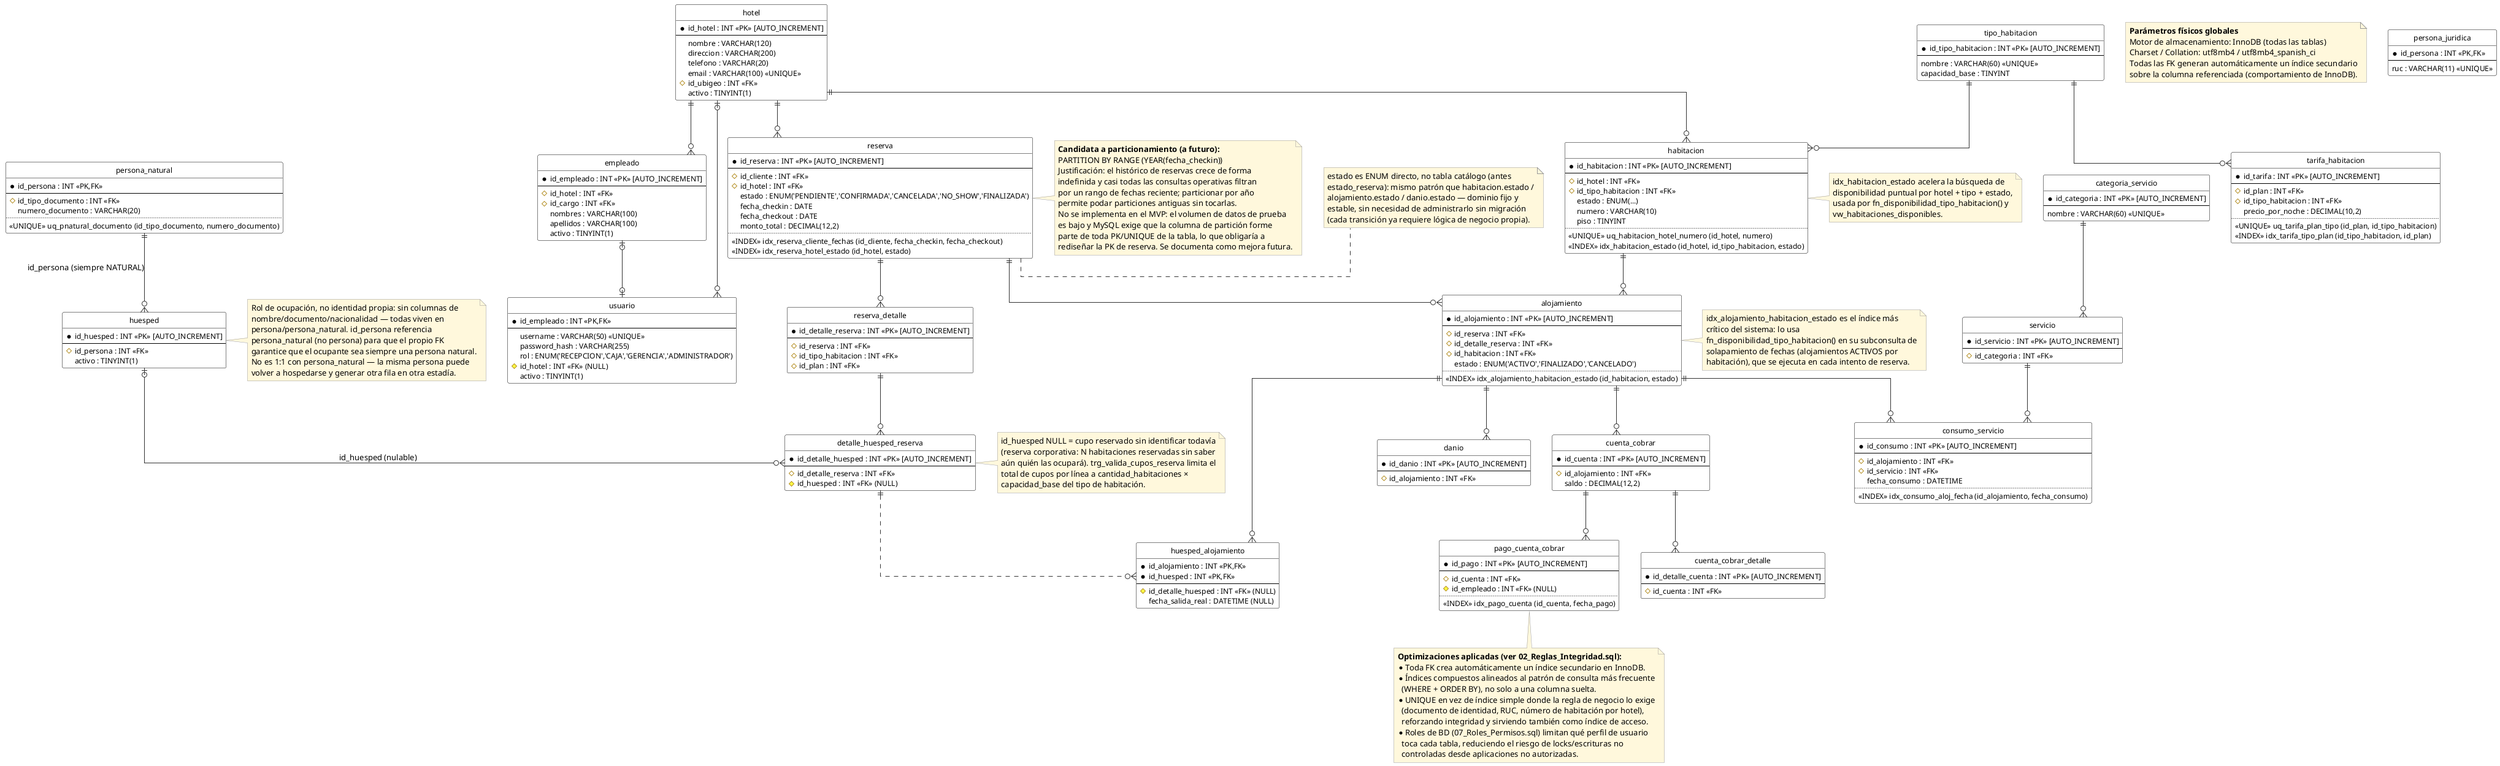
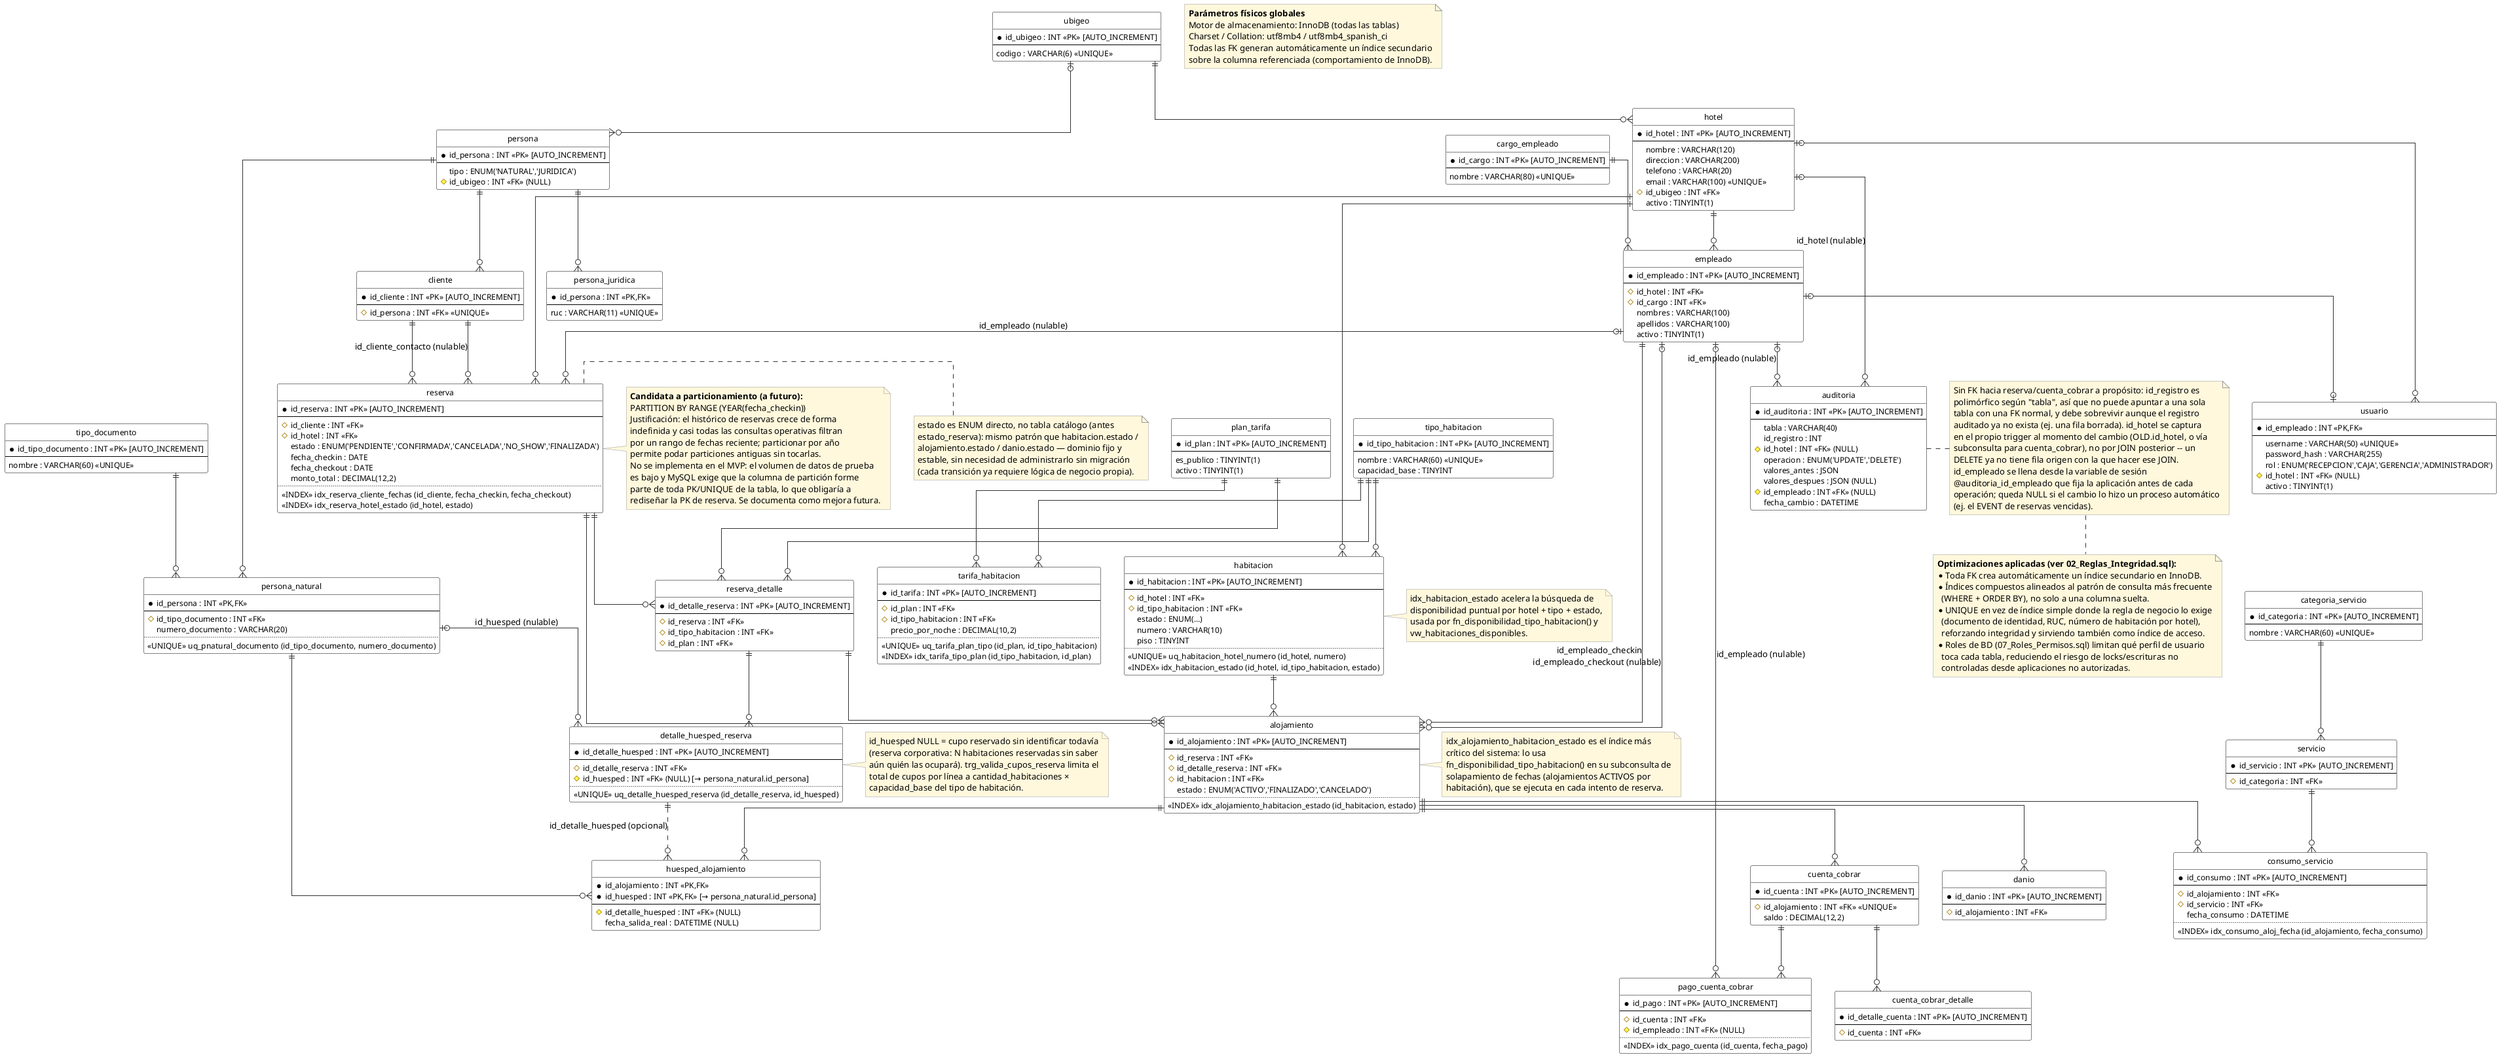
@startuml 03_Modelo_Fisico

' =============================================================
'  MODELO FÍSICO
'  Motor: MySQL 8.0+ / MariaDB 10.11+ (InnoDB)
'  Mismo esquema que 02_Modelo_Logico, pero con anotaciones de
'  implementación física: motor de almacenamiento, charset,
'  índices adicionales (más allá de PK/FK) y estrategia de
'  particionamiento. Corresponde a 01_Creacion_Tablas.sql +
'  02_Reglas_Integridad.sql ya ejecutados en el SGBD.
+ '  Las tablas sin particularidad física (solo PK/FK, sin índice
+ '  extra ni nota) se muestran con sus columnas simples nada más;
+ '  el detalle completo de atributos está en 02_Modelo_Logico.
' =============================================================

hide circle
skinparam linetype ortho
skinparam class {
    BackgroundColor White
    BorderColor Black
    ArrowColor #333333
    AttributeFontSize 12
}
skinparam note {
    BackgroundColor #FFF8DC
    BorderColor #999999
}

' ---------- Parámetros físicos globales ----------
note as N_GLOBAL
  <b>Parámetros físicos globales</b>
  Motor de almacenamiento: InnoDB (todas las tablas)
  Charset / Collation: utf8mb4 / utf8mb4_spanish_ci
  Todas las FK generan automáticamente un índice secundario
  sobre la columna referenciada (comportamiento de InnoDB).
end note

+ entity "ubigeo" as ubigeo {
+   * id_ubigeo : INT <<PK>> [AUTO_INCREMENT]
+   --
+   codigo : VARCHAR(6) <<UNIQUE>>
+ }
+ 
entity "hotel" as hotel {
  * id_hotel : INT <<PK>> [AUTO_INCREMENT]
  --
  nombre : VARCHAR(120)
  direccion : VARCHAR(200)
  telefono : VARCHAR(20)
  email : VARCHAR(100) <<UNIQUE>>
  # id_ubigeo : INT <<FK>>
  activo : TINYINT(1)
}

+ entity "cargo_empleado" as cargo_empleado {
+   * id_cargo : INT <<PK>> [AUTO_INCREMENT]
+   --
+   nombre : VARCHAR(80) <<UNIQUE>>
+ }
+ 
entity "empleado" as empleado {
  * id_empleado : INT <<PK>> [AUTO_INCREMENT]
  --
  # id_hotel : INT <<FK>>
  # id_cargo : INT <<FK>>
  nombres : VARCHAR(100)
  apellidos : VARCHAR(100)
  activo : TINYINT(1)
}

entity "usuario" as usuario {
  * id_empleado : INT <<PK,FK>>
  --
  username : VARCHAR(50) <<UNIQUE>>
  password_hash : VARCHAR(255)
  rol : ENUM('RECEPCION','CAJA','GERENCIA','ADMINISTRADOR')
  # id_hotel : INT <<FK>> (NULL)
  activo : TINYINT(1)
}

+ entity "tipo_documento" as tipo_documento {
+   * id_tipo_documento : INT <<PK>> [AUTO_INCREMENT]
+   --
+   nombre : VARCHAR(60) <<UNIQUE>>
+ }
+ 
+ entity "persona" as persona {
+   * id_persona : INT <<PK>> [AUTO_INCREMENT]
+   --
+   tipo : ENUM('NATURAL','JURIDICA')
+   # id_ubigeo : INT <<FK>> (NULL)
+ }
+ 
entity "persona_natural" as persona_natural {
  * id_persona : INT <<PK,FK>>
  --
  # id_tipo_documento : INT <<FK>>
  numero_documento : VARCHAR(20)
  ..
  <<UNIQUE>> uq_pnatural_documento (id_tipo_documento, numero_documento)
}

entity "persona_juridica" as persona_juridica {
  * id_persona : INT <<PK,FK>>
  --
  ruc : VARCHAR(11) <<UNIQUE>>
}

- entity "huesped" as huesped {
-   * id_huesped : INT <<PK>> [AUTO_INCREMENT]
-   --
-   # id_persona : INT <<FK>>
-   activo : TINYINT(1)
- }
- note right of huesped
-   Rol de ocupación, no identidad propia: sin columnas de
-   nombre/documento/nacionalidad — todas viven en
-   persona/persona_natural. id_persona referencia
-   persona_natural (no persona) para que el propio FK
-   garantice que el ocupante sea siempre una persona natural.
-   No es 1:1 con persona_natural — la misma persona puede
-   volver a hospedarse y generar otra fila en otra estadía.
- end note
+ entity "cliente" as cliente {
+   * id_cliente : INT <<PK>> [AUTO_INCREMENT]
+   --
+   # id_persona : INT <<FK>> <<UNIQUE>>
+ }
+ 
+ ' "huesped" no existe como tabla propia: es un rol que cualquier
+ ' persona_natural puede cumplir, no una identidad aparte.
+ ' detalle_huesped_reserva.id_huesped y huesped_alojamiento.id_huesped
+ ' son FK directas a persona_natural.id_persona (mismo nombre de
+ ' columna, sin tabla intermedia). Antes existía huesped(id_huesped,
+ ' id_persona, activo) puramente de redirección: permitía que la misma
+ ' persona tuviera varias filas de "huésped" simultáneas, lo que rompía
+ ' en la práctica la regla de "no en dos alojamientos activos a la vez"
+ ' (esa regla compara por id de huésped, y con dos filas para la misma
+ ' persona el chequeo no detectaba el choque). Se eliminó para cerrar
+ ' ese hueco. Ver comentario completo en 01_Creacion_Tablas.sql.

entity "tipo_habitacion" as tipo_habitacion {
  * id_tipo_habitacion : INT <<PK>> [AUTO_INCREMENT]
  --
  nombre : VARCHAR(60) <<UNIQUE>>
  capacidad_base : TINYINT
}

entity "habitacion" as habitacion {
  * id_habitacion : INT <<PK>> [AUTO_INCREMENT]
  --
  # id_hotel : INT <<FK>>
  # id_tipo_habitacion : INT <<FK>>
  estado : ENUM(...)
  numero : VARCHAR(10)
  piso : TINYINT
  ..
  <<UNIQUE>> uq_habitacion_hotel_numero (id_hotel, numero)
  <<INDEX>> idx_habitacion_estado (id_hotel, id_tipo_habitacion, estado)
}
note right of habitacion
  idx_habitacion_estado acelera la búsqueda de
  disponibilidad puntual por hotel + tipo + estado,
  usada por fn_disponibilidad_tipo_habitacion() y
  vw_habitaciones_disponibles.
end note
+ 
+ entity "plan_tarifa" as plan_tarifa {
+   * id_plan : INT <<PK>> [AUTO_INCREMENT]
+   --
+   es_publico : TINYINT(1)
+   activo : TINYINT(1)
+ }

entity "tarifa_habitacion" as tarifa_habitacion {
  * id_tarifa : INT <<PK>> [AUTO_INCREMENT]
  --
  # id_plan : INT <<FK>>
  # id_tipo_habitacion : INT <<FK>>
  precio_por_noche : DECIMAL(10,2)
  ..
  <<UNIQUE>> uq_tarifa_plan_tipo (id_plan, id_tipo_habitacion)
  <<INDEX>> idx_tarifa_tipo_plan (id_tipo_habitacion, id_plan)
}

entity "reserva" as reserva {
  * id_reserva : INT <<PK>> [AUTO_INCREMENT]
  --
  # id_cliente : INT <<FK>>
  # id_hotel : INT <<FK>>
  estado : ENUM('PENDIENTE','CONFIRMADA','CANCELADA','NO_SHOW','FINALIZADA')
  fecha_checkin : DATE
  fecha_checkout : DATE
  monto_total : DECIMAL(12,2)
  ..
  <<INDEX>> idx_reserva_cliente_fechas (id_cliente, fecha_checkin, fecha_checkout)
  <<INDEX>> idx_reserva_hotel_estado (id_hotel, estado)
}
note right of reserva
  estado es ENUM directo, no tabla catálogo (antes
  estado_reserva): mismo patrón que habitacion.estado /
  alojamiento.estado / danio.estado — dominio fijo y
  estable, sin necesidad de administrarlo sin migración
  (cada transición ya requiere lógica de negocio propia).
end note
note right of reserva
  <b>Candidata a particionamiento (a futuro):</b>
  PARTITION BY RANGE (YEAR(fecha_checkin))
  Justificación: el histórico de reservas crece de forma
  indefinida y casi todas las consultas operativas filtran
  por un rango de fechas reciente; particionar por año
  permite podar particiones antiguas sin tocarlas.
  No se implementa en el MVP: el volumen de datos de prueba
  es bajo y MySQL exige que la columna de partición forme
  parte de toda PK/UNIQUE de la tabla, lo que obligaría a
  rediseñar la PK de reserva. Se documenta como mejora futura.
end note

entity "reserva_detalle" as reserva_detalle {
  * id_detalle_reserva : INT <<PK>> [AUTO_INCREMENT]
  --
  # id_reserva : INT <<FK>>
  # id_tipo_habitacion : INT <<FK>>
  # id_plan : INT <<FK>>
}

entity "detalle_huesped_reserva" as detalle_huesped_reserva {
  * id_detalle_huesped : INT <<PK>> [AUTO_INCREMENT]
  --
  # id_detalle_reserva : INT <<FK>>
-   # id_huesped : INT <<FK>> (NULL)
+   # id_huesped : INT <<FK>> (NULL) [→ persona_natural.id_persona]
+   ..
+   <<UNIQUE>> uq_detalle_huesped_reserva (id_detalle_reserva, id_huesped)
}
note right of detalle_huesped_reserva
  id_huesped NULL = cupo reservado sin identificar todavía
  (reserva corporativa: N habitaciones reservadas sin saber
  aún quién las ocupará). trg_valida_cupos_reserva limita el
  total de cupos por línea a cantidad_habitaciones ×
  capacidad_base del tipo de habitación.
end note

entity "alojamiento" as alojamiento {
  * id_alojamiento : INT <<PK>> [AUTO_INCREMENT]
  --
  # id_reserva : INT <<FK>>
  # id_detalle_reserva : INT <<FK>>
  # id_habitacion : INT <<FK>>
  estado : ENUM('ACTIVO','FINALIZADO','CANCELADO')
  ..
  <<INDEX>> idx_alojamiento_habitacion_estado (id_habitacion, estado)
}
note right of alojamiento
  idx_alojamiento_habitacion_estado es el índice más
  crítico del sistema: lo usa
  fn_disponibilidad_tipo_habitacion() en su subconsulta de
  solapamiento de fechas (alojamientos ACTIVOS por
  habitación), que se ejecuta en cada intento de reserva.
end note

entity "huesped_alojamiento" as huesped_alojamiento {
  * id_alojamiento : INT <<PK,FK>>
-   * id_huesped : INT <<PK,FK>>
+   * id_huesped : INT <<PK,FK>> [→ persona_natural.id_persona]
  --
  # id_detalle_huesped : INT <<FK>> (NULL)
  fecha_salida_real : DATETIME (NULL)
}

entity "categoria_servicio" as categoria_servicio {
  * id_categoria : INT <<PK>> [AUTO_INCREMENT]
  --
  nombre : VARCHAR(60) <<UNIQUE>>
}

entity "servicio" as servicio {
  * id_servicio : INT <<PK>> [AUTO_INCREMENT]
  --
  # id_categoria : INT <<FK>>
}

entity "consumo_servicio" as consumo_servicio {
  * id_consumo : INT <<PK>> [AUTO_INCREMENT]
  --
  # id_alojamiento : INT <<FK>>
  # id_servicio : INT <<FK>>
  fecha_consumo : DATETIME
  ..
  <<INDEX>> idx_consumo_aloj_fecha (id_alojamiento, fecha_consumo)
}

entity "danio" as danio {
  * id_danio : INT <<PK>> [AUTO_INCREMENT]
  --
  # id_alojamiento : INT <<FK>>
}

entity "cuenta_cobrar" as cuenta_cobrar {
  * id_cuenta : INT <<PK>> [AUTO_INCREMENT]
  --
-   # id_alojamiento : INT <<FK>>
+   # id_alojamiento : INT <<FK>> <<UNIQUE>>
  saldo : DECIMAL(12,2)
}

entity "cuenta_cobrar_detalle" as cuenta_cobrar_detalle {
  * id_detalle_cuenta : INT <<PK>> [AUTO_INCREMENT]
  --
  # id_cuenta : INT <<FK>>
}

entity "pago_cuenta_cobrar" as pago_cuenta_cobrar {
  * id_pago : INT <<PK>> [AUTO_INCREMENT]
  --
  # id_cuenta : INT <<FK>>
  # id_empleado : INT <<FK>> (NULL)
  ..
  <<INDEX>> idx_pago_cuenta (id_cuenta, fecha_pago)
}
+ 
+ entity "auditoria" as auditoria {
+   * id_auditoria : INT <<PK>> [AUTO_INCREMENT]
+   --
+   tabla : VARCHAR(40)
+   id_registro : INT
+   # id_hotel : INT <<FK>> (NULL)
+   operacion : ENUM('UPDATE','DELETE')
+   valores_antes : JSON
+   valores_despues : JSON (NULL)
+   # id_empleado : INT <<FK>> (NULL)
+   fecha_cambio : DATETIME
+ }
+ note right of auditoria
+   Sin FK hacia reserva/cuenta_cobrar a propósito: id_registro es
+   polimórfico según "tabla", así que no puede apuntar a una sola
+   tabla con una FK normal, y debe sobrevivir aunque el registro
+   auditado ya no exista (ej. una fila borrada). id_hotel se captura
+   en el propio trigger al momento del cambio (OLD.id_hotel, o vía
+   subconsulta para cuenta_cobrar), no por JOIN posterior -- un
+   DELETE ya no tiene fila origen con la que hacer ese JOIN.
+   id_empleado se llena desde la variable de sesión
+   @auditoria_id_empleado que fija la aplicación antes de cada
+   operación; queda NULL si el cambio lo hizo un proceso automático
+   (ej. el EVENT de reservas vencidas).
+ end note

' =============================================================
'  RELACIONES (abreviadas; ver 02_Modelo_Logico para el detalle
'  completo de cardinalidad de cada FK)
' =============================================================
+ ubigeo          ||--o{ hotel
+ ubigeo          |o--o{ persona
hotel           ||--o{ empleado
+ cargo_empleado  ||--o{ empleado
empleado        |o--o| usuario
hotel           |o--o{ usuario
+ persona         ||--o{ persona_natural
+ persona         ||--o{ persona_juridica
+ tipo_documento  ||--o{ persona_natural
+ persona         ||--o{ cliente
hotel           ||--o{ habitacion
tipo_habitacion ||--o{ habitacion
tipo_habitacion ||--o{ tarifa_habitacion
- persona_natural ||--o{ huesped                 : id_persona (siempre NATURAL)
+ plan_tarifa     ||--o{ tarifa_habitacion
hotel           ||--o{ reserva
+ cliente         ||--o{ reserva
+ cliente         ||--o{ reserva                  : id_cliente_contacto (nulable)
+ empleado        |o--o{ reserva                  : id_empleado (nulable)
reserva         ||--o{ reserva_detalle
+ tipo_habitacion ||--o{ reserva_detalle
+ plan_tarifa     ||--o{ reserva_detalle
reserva_detalle ||--o{ detalle_huesped_reserva
- huesped         |o--o{ detalle_huesped_reserva  : id_huesped (nulable)
+ persona_natural |o--o{ detalle_huesped_reserva  : id_huesped (nulable)
reserva         ||--o{ alojamiento
+ reserva_detalle ||--o{ alojamiento
habitacion      ||--o{ alojamiento
+ empleado        ||--o{ alojamiento              : id_empleado_checkin
+ empleado        |o--o{ alojamiento              : id_empleado_checkout (nulable)
alojamiento     ||--o{ huesped_alojamiento
- detalle_huesped_reserva ||..o{ huesped_alojamiento
+ persona_natural ||--o{ huesped_alojamiento
+ detalle_huesped_reserva ||..o{ huesped_alojamiento : id_detalle_huesped (opcional)
alojamiento     ||--o{ consumo_servicio
servicio        ||--o{ consumo_servicio
categoria_servicio ||--o{ servicio
alojamiento     ||--o{ danio
alojamiento     ||--o{ cuenta_cobrar
cuenta_cobrar   ||--o{ cuenta_cobrar_detalle
cuenta_cobrar   ||--o{ pago_cuenta_cobrar
+ empleado        |o--o{ pago_cuenta_cobrar       : id_empleado (nulable)
+ empleado        |o--o{ auditoria                : id_empleado (nulable)
+ hotel           |o--o{ auditoria                : id_hotel (nulable)

note bottom
  <b>Optimizaciones aplicadas (ver 02_Reglas_Integridad.sql):</b>
  * Toda FK crea automáticamente un índice secundario en InnoDB.
  * Índices compuestos alineados al patrón de consulta más frecuente
    (WHERE + ORDER BY), no solo a una columna suelta.
  * UNIQUE en vez de índice simple donde la regla de negocio lo exige
    (documento de identidad, RUC, número de habitación por hotel),
    reforzando integridad y sirviendo también como índice de acceso.
  * Roles de BD (07_Roles_Permisos.sql) limitan qué perfil de usuario
    toca cada tabla, reduciendo el riesgo de locks/escrituras no
    controladas desde aplicaciones no autorizadas.
end note

@enduml
